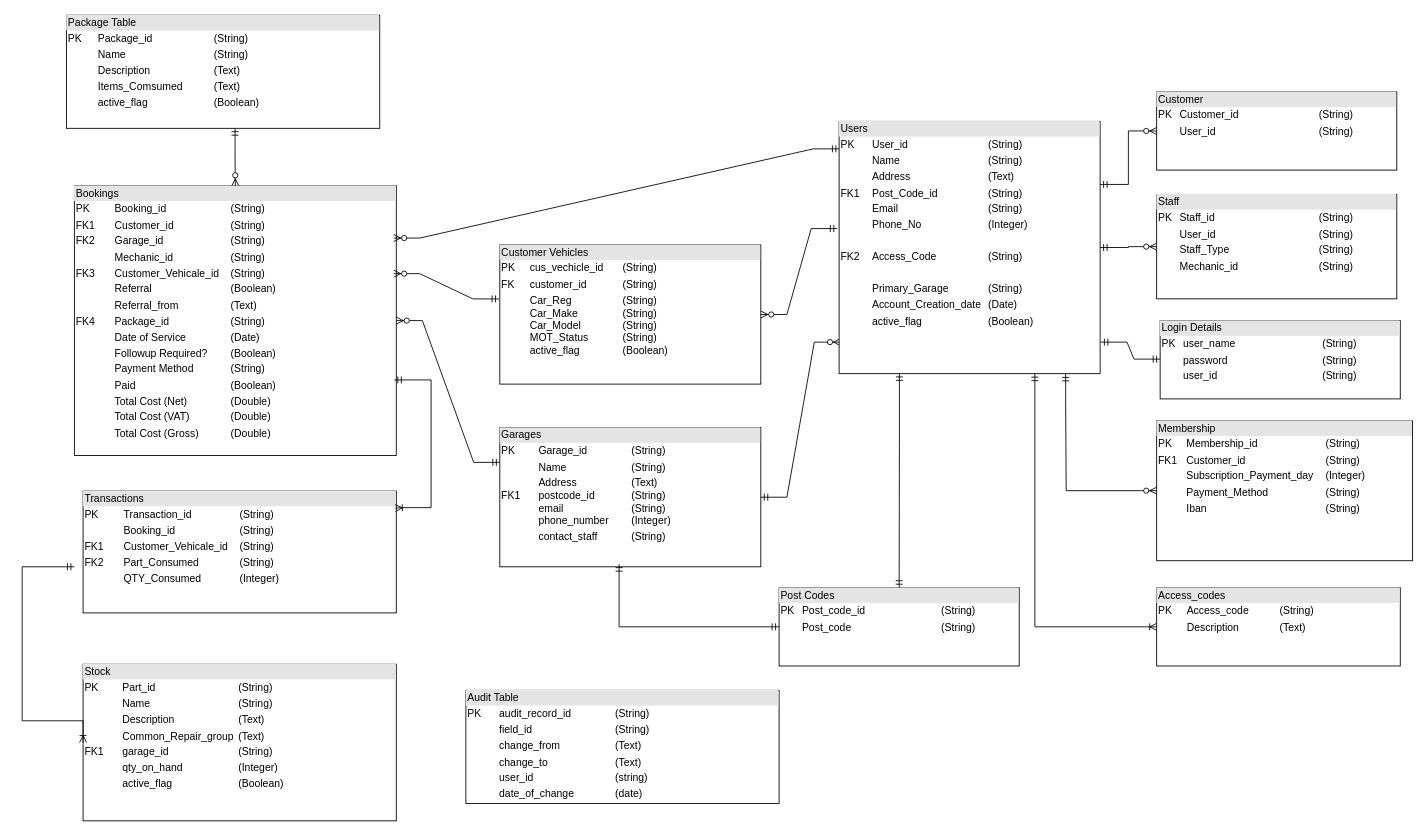
Before: documentation/ERD.drawio in murray915/COM519, a draw.io diagram. Source tidied: cells renumbered, new cells numbered last; positions are measured from the earlier drawing's top-left corner, leaving out a move shared by most shapes. Both pictures are drawn from the tidied source at 87%, with x=0, y=0 at pixel (22, 15).
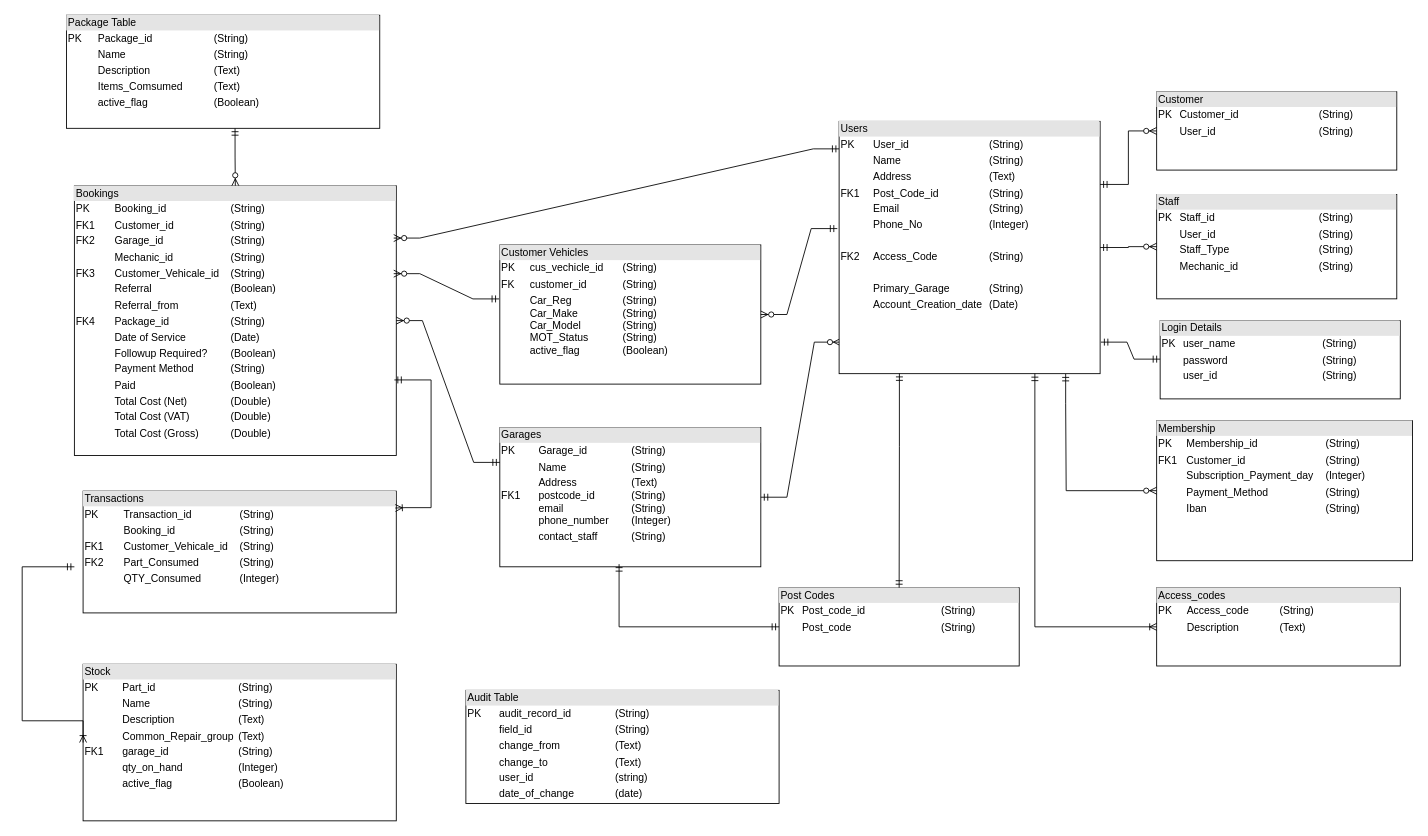
The same diagram, later.

Change to the diagram source:
```diff
@@
-    <mxCell id="16" value="&lt;div style=&quot;box-sizing: border-box; width: 100%; background: rgb(228, 228, 228); padding: 2px;&quot;&gt;Users&lt;/div&gt;&lt;table style=&quot;width:100%;font-size:1em;&quot; cellpadding=&quot;2&quot; cellspacing=&quot;0&quot;&gt;&lt;tbody&gt;&lt;tr&gt;&lt;td&gt;PK&lt;/td&gt;&lt;td&gt;User_id &lt;span style=&quot;white-space: pre;&quot;&gt;&#9;&lt;span style=&quot;white-space: pre;&quot;&gt;&#9;&lt;span style=&quot;white-space: pre;&quot;&gt;&#9;&lt;/span&gt;&lt;span style=&quot;white-space: pre;&quot;&gt;&#9;&lt;/span&gt;&lt;/span&gt;&lt;/span&gt;(String)&lt;br&gt;&lt;/td&gt;&lt;/tr&gt;&lt;tr&gt;&lt;td&gt;&lt;br&gt;&lt;/td&gt;&lt;td&gt;Name &lt;span style=&quot;white-space: pre;&quot;&gt;&#9;&lt;/span&gt;&lt;span style=&quot;white-space: pre;&quot;&gt;&#9;&lt;span style=&quot;white-space: pre;&quot;&gt;&#9;&lt;/span&gt;&lt;span style=&quot;white-space: pre;&quot;&gt;&#9;&lt;/span&gt;(&lt;/span&gt;String)&lt;/td&gt;&lt;/tr&gt;&lt;tr&gt;&lt;td&gt;&lt;/td&gt;&lt;td&gt;Address&lt;span style=&quot;white-space: pre;&quot;&gt;&#9;&lt;/span&gt;&lt;span style=&quot;white-space: pre;&quot;&gt;&#9;&lt;span style=&quot;white-space: pre;&quot;&gt;&#9;&lt;/span&gt;&lt;span style=&quot;white-space: pre;&quot;&gt;&#9;&lt;/span&gt;&lt;/span&gt;(Text)&lt;/td&gt;&lt;/tr&gt;&lt;tr&gt;&lt;td&gt;FK1&lt;/td&gt;&lt;td&gt;Post_Code_id&lt;span style=&quot;white-space: pre;&quot;&gt;&#9;&lt;/span&gt;&lt;span style=&quot;white-space: pre;&quot;&gt;&#9;&lt;/span&gt;&lt;span style=&quot;white-space: pre;&quot;&gt;&#9;&lt;/span&gt;(String)&lt;/td&gt;&lt;/tr&gt;&lt;tr&gt;&lt;td&gt;&lt;br&gt;&lt;/td&gt;&lt;td&gt;Email&lt;span style=&quot;white-space: pre;&quot;&gt;&#9;&lt;/span&gt;&lt;span style=&quot;white-space: pre;&quot;&gt;&#9;&lt;span style=&quot;white-space: pre;&quot;&gt;&#9;&lt;/span&gt;&lt;span style=&quot;white-space: pre;&quot;&gt;&#9;&lt;/span&gt;&lt;/span&gt;(String)&lt;/td&gt;&lt;/tr&gt;&lt;tr&gt;&lt;td&gt;&lt;br&gt;&lt;/td&gt;&lt;td&gt;Phone_No&lt;span style=&quot;white-space: pre;&quot;&gt;&#9;&lt;span style=&quot;white-space: pre;&quot;&gt;&#9;&lt;/span&gt;&lt;span style=&quot;white-space: pre;&quot;&gt;&#9;&lt;/span&gt;&lt;/span&gt;(Integer)&lt;/td&gt;&lt;/tr&gt;&lt;tr&gt;&lt;td&gt;&lt;br&gt;&lt;/td&gt;&lt;td&gt;&lt;br&gt;&lt;/td&gt;&lt;/tr&gt;&lt;tr&gt;&lt;td&gt;FK2&lt;/td&gt;&lt;td&gt;Access_Code&lt;span style=&quot;white-space: pre;&quot;&gt;&#9;&lt;span style=&quot;white-space: pre;&quot;&gt;&#9;&lt;/span&gt;&lt;span style=&quot;white-space: pre;&quot;&gt;&#9;&lt;/span&gt;&lt;/span&gt;(String)&lt;/td&gt;&lt;/tr&gt;&lt;tr&gt;&lt;td&gt;&lt;br&gt;&lt;/td&gt;&lt;td&gt;&lt;br&gt;&lt;/td&gt;&lt;/tr&gt;&lt;tr&gt;&lt;td&gt;&lt;br&gt;&lt;/td&gt;&lt;td&gt;Primary_Garage&lt;span style=&quot;white-space: pre;&quot;&gt;&#9;&lt;span style=&quot;white-space: pre;&quot;&gt;&#9;&lt;/span&gt;&lt;/span&gt;(String)&lt;/td&gt;&lt;/tr&gt;&lt;tr&gt;&lt;td&gt;&lt;br&gt;&lt;/td&gt;&lt;td&gt;Account_Creation_date&lt;span style=&quot;white-space: pre;&quot;&gt;&#9;&lt;/span&gt;(Date)&lt;/td&gt;&lt;/tr&gt;&lt;tr&gt;&lt;td&gt;&lt;br&gt;&lt;/td&gt;&lt;td&gt;active_flag&lt;span style=&quot;white-space: pre;&quot;&gt;&#9;&lt;/span&gt;&lt;span style=&quot;white-space: pre;&quot;&gt;&#9;&lt;/span&gt;&lt;span style=&quot;white-space: pre;&quot;&gt;&#9;&lt;/span&gt;(Boolean)&lt;/td&gt;&lt;/tr&gt;&lt;/tbody&gt;&lt;/table&gt;" style="verticalAlign=top;align=left;overflow=fill;html=1;whiteSpace=wrap;" parent="1" vertex="1">
+    <mxCell id="16" value="&lt;div style=&quot;box-sizing: border-box; width: 100%; background: rgb(228, 228, 228); padding: 2px;&quot;&gt;Users&lt;/div&gt;&lt;table style=&quot;width:100%;font-size:1em;&quot; cellpadding=&quot;2&quot; cellspacing=&quot;0&quot;&gt;&lt;tbody&gt;&lt;tr&gt;&lt;td&gt;PK&lt;/td&gt;&lt;td&gt;User_id &lt;span style=&quot;white-space: pre;&quot;&gt;&#9;&lt;span style=&quot;white-space: pre;&quot;&gt;&#9;&lt;span style=&quot;white-space: pre;&quot;&gt;&#9;&lt;/span&gt;&lt;span style=&quot;white-space: pre;&quot;&gt;&#9;&lt;/span&gt;&lt;/span&gt;&lt;/span&gt;(String)&lt;br&gt;&lt;/td&gt;&lt;/tr&gt;&lt;tr&gt;&lt;td&gt;&lt;br&gt;&lt;/td&gt;&lt;td&gt;Name &lt;span style=&quot;white-space: pre;&quot;&gt;&#9;&lt;/span&gt;&lt;span style=&quot;white-space: pre;&quot;&gt;&#9;&lt;span style=&quot;white-space: pre;&quot;&gt;&#9;&lt;/span&gt;&lt;span style=&quot;white-space: pre;&quot;&gt;&#9;&lt;/span&gt;(&lt;/span&gt;String)&lt;/td&gt;&lt;/tr&gt;&lt;tr&gt;&lt;td&gt;&lt;/td&gt;&lt;td&gt;Address&lt;span style=&quot;white-space: pre;&quot;&gt;&#9;&lt;/span&gt;&lt;span style=&quot;white-space: pre;&quot;&gt;&#9;&lt;span style=&quot;white-space: pre;&quot;&gt;&#9;&lt;/span&gt;&lt;span style=&quot;white-space: pre;&quot;&gt;&#9;&lt;/span&gt;&lt;/span&gt;(Text)&lt;/td&gt;&lt;/tr&gt;&lt;tr&gt;&lt;td&gt;FK1&lt;/td&gt;&lt;td&gt;Post_Code_id&lt;span style=&quot;white-space: pre;&quot;&gt;&#9;&lt;/span&gt;&lt;span style=&quot;white-space: pre;&quot;&gt;&#9;&lt;/span&gt;&lt;span style=&quot;white-space: pre;&quot;&gt;&#9;&lt;/span&gt;(String)&lt;/td&gt;&lt;/tr&gt;&lt;tr&gt;&lt;td&gt;&lt;br&gt;&lt;/td&gt;&lt;td&gt;Email&lt;span style=&quot;white-space: pre;&quot;&gt;&#9;&lt;/span&gt;&lt;span style=&quot;white-space: pre;&quot;&gt;&#9;&lt;span style=&quot;white-space: pre;&quot;&gt;&#9;&lt;/span&gt;&lt;span style=&quot;white-space: pre;&quot;&gt;&#9;&lt;/span&gt;&lt;/span&gt;(String)&lt;/td&gt;&lt;/tr&gt;&lt;tr&gt;&lt;td&gt;&lt;br&gt;&lt;/td&gt;&lt;td&gt;Phone_No&lt;span style=&quot;white-space: pre;&quot;&gt;&#9;&lt;span style=&quot;white-space: pre;&quot;&gt;&#9;&lt;/span&gt;&lt;span style=&quot;white-space: pre;&quot;&gt;&#9;&lt;/span&gt;&lt;/span&gt;(Integer)&lt;/td&gt;&lt;/tr&gt;&lt;tr&gt;&lt;td&gt;&lt;br&gt;&lt;/td&gt;&lt;td&gt;&lt;br&gt;&lt;/td&gt;&lt;/tr&gt;&lt;tr&gt;&lt;td&gt;FK2&lt;/td&gt;&lt;td&gt;Access_Code&lt;span style=&quot;white-space: pre;&quot;&gt;&#9;&lt;span style=&quot;white-space: pre;&quot;&gt;&#9;&lt;/span&gt;&lt;span style=&quot;white-space: pre;&quot;&gt;&#9;&lt;/span&gt;&lt;/span&gt;(String)&lt;/td&gt;&lt;/tr&gt;&lt;tr&gt;&lt;td&gt;&lt;br&gt;&lt;/td&gt;&lt;td&gt;&lt;br&gt;&lt;/td&gt;&lt;/tr&gt;&lt;tr&gt;&lt;td&gt;&lt;br&gt;&lt;/td&gt;&lt;td&gt;Primary_Garage&lt;span style=&quot;white-space: pre;&quot;&gt;&#9;&lt;span style=&quot;white-space: pre;&quot;&gt;&#9;&lt;/span&gt;&lt;/span&gt;(String)&lt;/td&gt;&lt;/tr&gt;&lt;tr&gt;&lt;td&gt;&lt;br&gt;&lt;/td&gt;&lt;td&gt;Account_Creation_date&lt;span style=&quot;white-space: pre;&quot;&gt;&#9;&lt;/span&gt;(Date)&lt;/td&gt;&lt;/tr&gt;&lt;tr&gt;&lt;td&gt;&lt;br&gt;&lt;/td&gt;&lt;td&gt;&lt;br&gt;&lt;/td&gt;&lt;/tr&gt;&lt;/tbody&gt;&lt;/table&gt;" style="verticalAlign=top;align=left;overflow=fill;html=1;whiteSpace=wrap;" parent="1" vertex="1">
       <mxGeometry x="939" y="122" width="300" height="290" as="geometry" />
     </mxCell>
```
